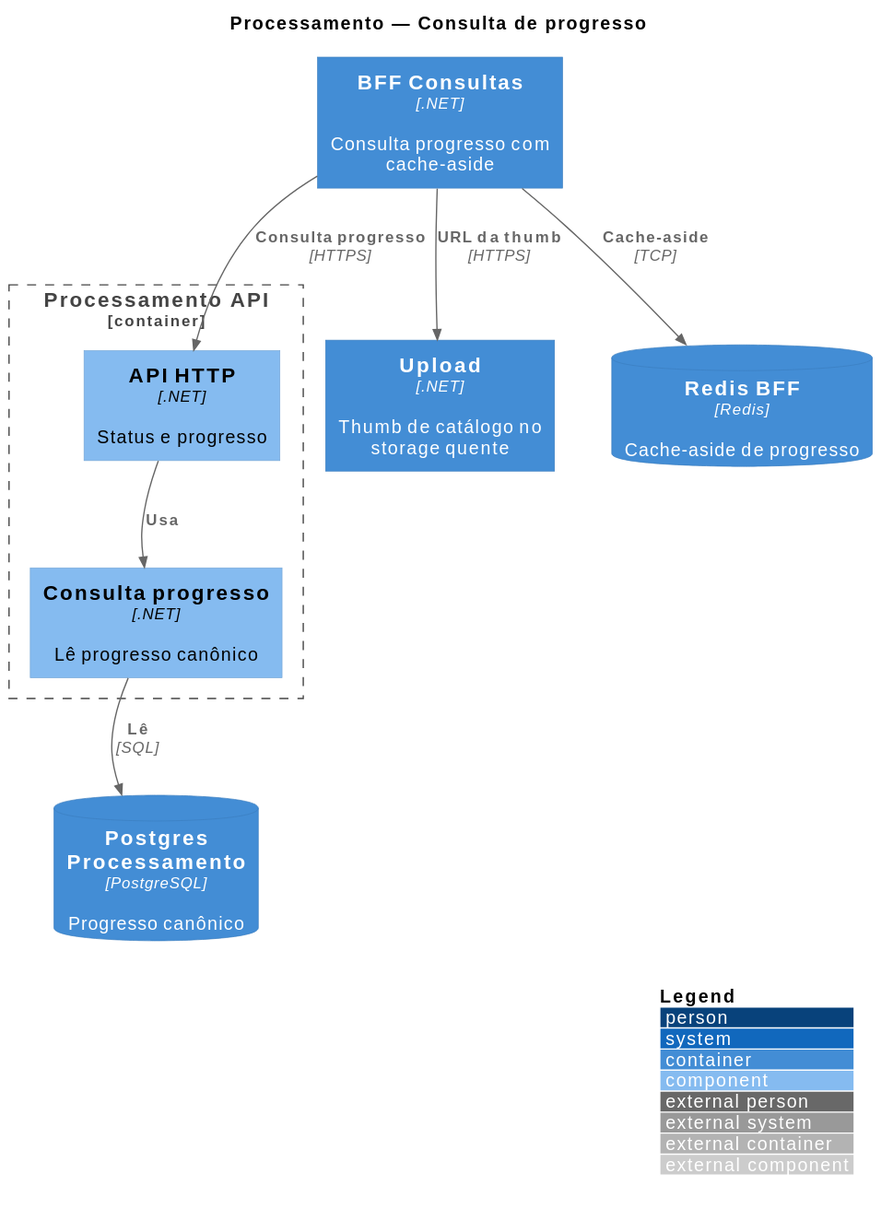
fiap-x-vcosta/docs keeps this PlantUML diagram as arquitetura/07_componentes-processamento-consulta.svg. Above is the earlier version.
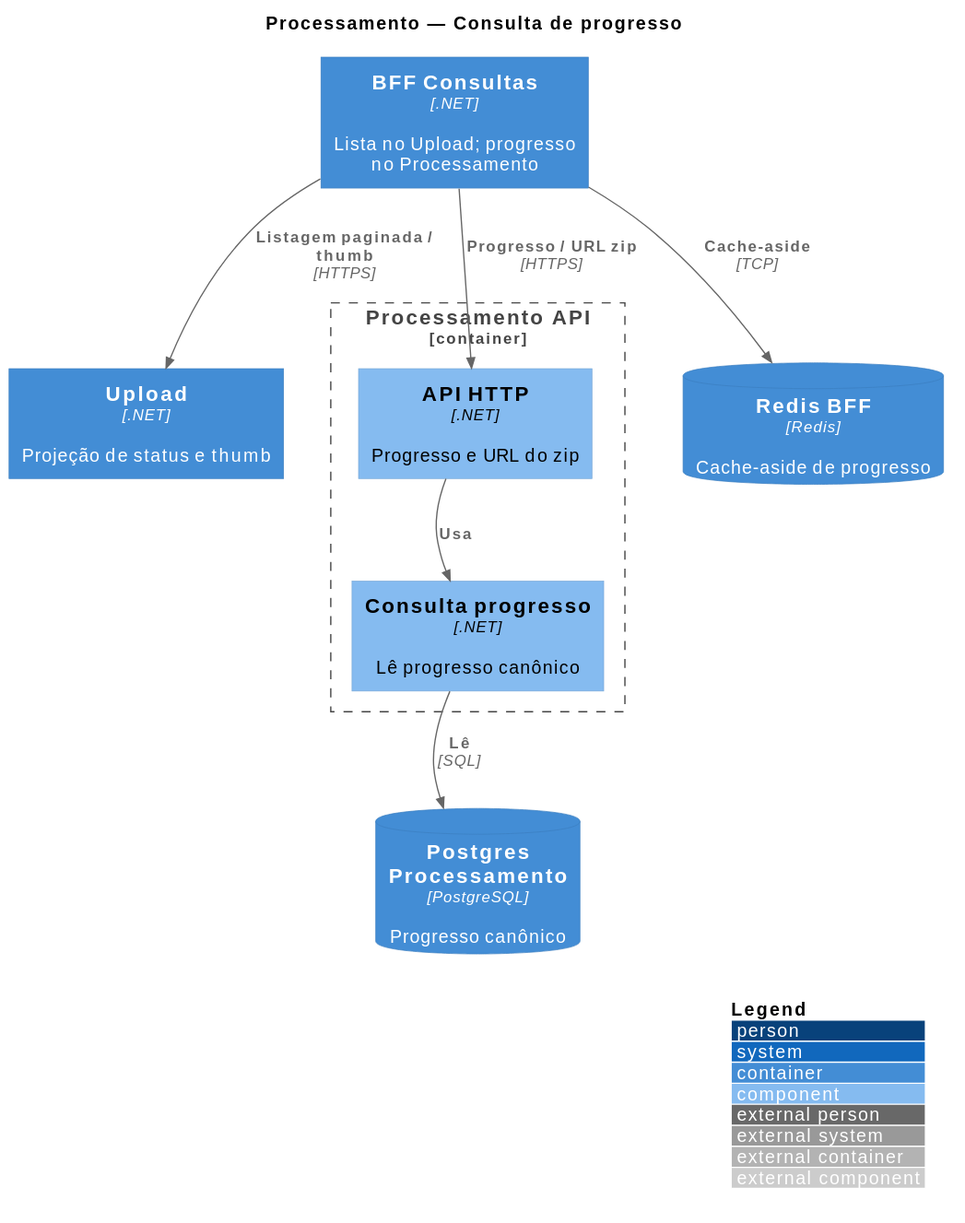
Above is the later version.

Diff of the diagram source:
```diff
@@ -6,25 +6,25 @@
 
 title Processamento — Consulta de progresso
 
-Container(bff, "BFF Consultas", ".NET", "Consulta progresso com cache-aside")
-Container(upload, "Upload", ".NET", "Thumb de catálogo no storage quente")
+Container(bff, "BFF Consultas", ".NET", "Lista no Upload; progresso no Processamento")
+Container(upload, "Upload", ".NET", "Projeção de status e thumb")
 ContainerDb(redis, "Redis BFF", "Redis", "Cache-aside de progresso")
 ContainerDb(pgProc, "Postgres Processamento", "PostgreSQL", "Progresso canônico")
 
 Container_Boundary(procApi, "Processamento API") {
-  Component(apiHttp, "API HTTP", ".NET", "Status e progresso")
+  Component(apiHttp, "API HTTP", ".NET", "Progresso e URL do zip")
   Component(consulta, "Consulta progresso", ".NET", "Lê progresso canônico")
 }
 
+Rel(bff, upload, "Listagem paginada / thumb", "HTTPS")
 Rel(bff, redis, "Cache-aside", "TCP")
-Rel(bff, apiHttp, "Consulta progresso", "HTTPS")
+Rel(bff, apiHttp, "Progresso / URL zip", "HTTPS")
 Rel(apiHttp, consulta, "Usa")
 Rel(consulta, pgProc, "Lê", "SQL")
-Rel(bff, upload, "URL da thumb", "HTTPS")
 
 Lay_D(bff, redis)
+Lay_R(bff, upload)
 Lay_R(bff, apiHttp)
 Lay_D(apiHttp, consulta)
 Lay_D(consulta, pgProc)
-Lay_R(apiHttp, upload)
 @enduml
```
